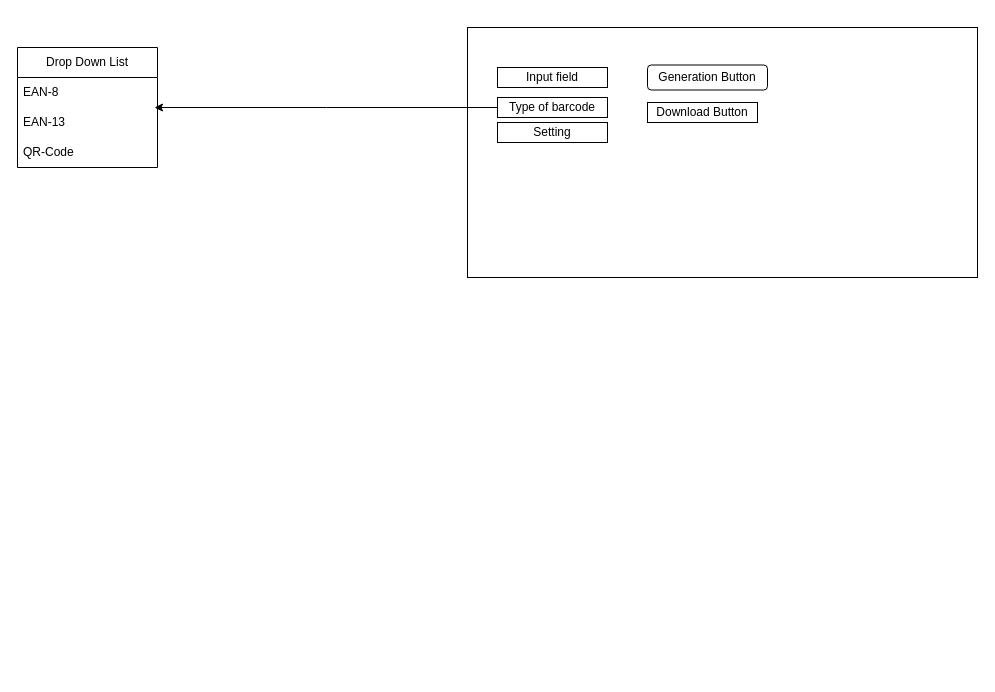
This is frontend/Frontend UI.drawio from JeffLiHK/online_barcode_generator_design, a draw.io file, before an edit. Source tidied: cells renumbered, new cells numbered last; positions are measured from the earlier drawing's top-left corner, leaving out a move shared by most shapes. Both pictures are drawn from the tidied source at 100%, with x=0, y=0 at pixel (17, 27).
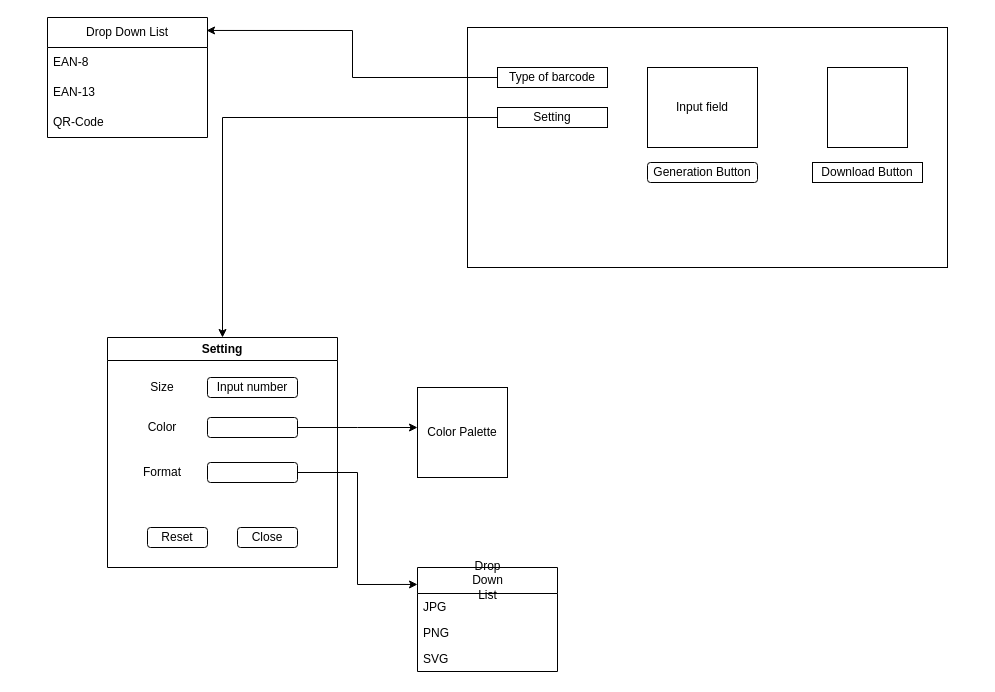
The same page after the edit.

Commit message:
更新Frontend UI--setting field.drawio

Diff of the diagram source:
```diff
@@
     <mxCell id="2" style="rounded=0;whiteSpace=wrap;html=1;" parent="1" vertex="1">
-      <mxGeometry x="450" width="510" height="250" as="geometry" />
+      <mxGeometry x="450" width="480" height="240" as="geometry" />
     </mxCell>
     <mxCell id="3" value="Input field" style="rounded=0;whiteSpace=wrap;html=1;" parent="1" vertex="1">
-      <mxGeometry x="480" y="40" width="110" height="20" as="geometry" />
+      <mxGeometry x="630" y="40" width="110" height="80" as="geometry" />
     </mxCell>
-    <mxCell id="4" style="edgeStyle=orthogonalEdgeStyle;rounded=0;jettySize=auto;html=1;" parent="1" edge="1" source="5">
-      <mxGeometry relative="1" as="geometry">
-        <mxPoint x="137" y="80" as="targetPoint" />
-      </mxGeometry>
-    </mxCell>
     <mxCell id="5" value="Type of barcode" style="rounded=0;whiteSpace=wrap;html=1;" parent="1" vertex="1">
-      <mxGeometry x="480" y="70" width="110" height="20" as="geometry" />
+      <mxGeometry x="480" y="40" width="110" height="20" as="geometry" />
     </mxCell>
     <mxCell id="6" value="Generation Button" style="rounded=1;whiteSpace=wrap;html=1;" parent="1" vertex="1">
-      <mxGeometry x="630" y="37.5" width="120" height="25" as="geometry" />
+      <mxGeometry x="630" y="135" width="110" height="20" as="geometry" />
     </mxCell>
+    <mxCell id="13" style="edgeStyle=orthogonalEdgeStyle;rounded=0;jettySize=auto;html=1;exitX=0;exitY=0.5;exitDx=0;exitDy=0;" parent="1" edge="1" source="7" target="16">
+      <mxGeometry relative="1" as="geometry" />
+    </mxCell>
     <mxCell id="7" value="Setting" style="rounded=0;whiteSpace=wrap;html=1;" parent="1" vertex="1">
-      <mxGeometry x="480" y="95" width="110" height="20" as="geometry" />
+      <mxGeometry x="480" y="80" width="110" height="20" as="geometry" />
     </mxCell>
     <mxCell id="8" value="Download Button" style="rounded=0;whiteSpace=wrap;html=1;" parent="1" vertex="1">
-      <mxGeometry x="630" y="75" width="110" height="20" as="geometry" />
+      <mxGeometry x="795" y="135" width="110" height="20" as="geometry" />
     </mxCell>
     <mxCell id="9" value="Drop Down List" style="swimlane;fontStyle=0;horizontal=1;startSize=30;whiteSpace=wrap;html=1;" parent="1" vertex="1">
-      <mxGeometry y="20" width="140" height="120" as="geometry" />
+      <mxGeometry x="30" y="-10" width="160" height="120" as="geometry" />
     </mxCell>
     <mxCell id="10" value="EAN-8" style="text;strokeColor=none;fillColor=none;align=left;verticalAlign=middle;spacingLeft=4;spacingRight=4;overflow=hidden;whiteSpace=wrap;html=1;" parent="9" vertex="1">
-      <mxGeometry y="30" width="140" height="30" as="geometry" />
+      <mxGeometry y="30" width="160" height="30" as="geometry" />
     </mxCell>
     <mxCell id="11" value="EAN-13" style="text;strokeColor=none;fillColor=none;align=left;verticalAlign=middle;spacingLeft=4;spacingRight=4;overflow=hidden;whiteSpace=wrap;html=1;" parent="9" vertex="1">
-      <mxGeometry y="60" width="140" height="30" as="geometry" />
+      <mxGeometry y="60" width="160" height="30" as="geometry" />
     </mxCell>
     <mxCell id="12" value="QR-Code" style="text;strokeColor=none;fillColor=none;align=left;verticalAlign=middle;spacingLeft=4;spacingRight=4;overflow=hidden;whiteSpace=wrap;html=1;" parent="9" vertex="1">
-      <mxGeometry y="90" width="140" height="30" as="geometry" />
+      <mxGeometry y="90" width="160" height="30" as="geometry" />
     </mxCell>
+    <mxCell id="14" style="whiteSpace=wrap;html=1;" parent="1" vertex="1">
+      <mxGeometry x="810" y="40" width="80" height="80" as="geometry" />
+    </mxCell>
+    <mxCell id="15" style="edgeStyle=orthogonalEdgeStyle;rounded=0;jettySize=auto;html=1;exitX=0;exitY=0.5;exitDx=0;exitDy=0;entryX=0.994;entryY=0.108;entryDx=0;entryDy=0;entryPerimeter=0;" parent="1" edge="1" source="5" target="9">
+      <mxGeometry relative="1" as="geometry" />
+    </mxCell>
+    <mxCell id="16" value="Setting" style="swimlane;whiteSpace=wrap;html=1;" parent="1" vertex="1">
+      <mxGeometry x="90" y="310" width="230" height="230" as="geometry" />
+    </mxCell>
+    <mxCell id="17" value="Close" style="rounded=1;whiteSpace=wrap;html=1;" parent="16" vertex="1">
+      <mxGeometry x="130" y="190" width="60" height="20" as="geometry" />
+    </mxCell>
+    <mxCell id="18" value="Input number" style="rounded=1;whiteSpace=wrap;html=1;" parent="16" vertex="1">
+      <mxGeometry x="100" y="40" width="90" height="20" as="geometry" />
+    </mxCell>
+    <mxCell id="19" style="edgeStyle=orthogonalEdgeStyle;rounded=0;jettySize=auto;html=1;exitX=1;exitY=0.5;exitDx=0;exitDy=0;" parent="16" edge="1" source="20">
+      <mxGeometry relative="1" as="geometry">
+        <mxPoint x="310" y="90" as="targetPoint" />
+      </mxGeometry>
+    </mxCell>
+    <mxCell id="20" style="rounded=1;whiteSpace=wrap;html=1;" parent="16" vertex="1">
+      <mxGeometry x="100" y="80" width="90" height="20" as="geometry" />
+    </mxCell>
+    <mxCell id="21" value="Size" style="text;html=1;align=center;verticalAlign=middle;whiteSpace=wrap;rounded=0;" parent="16" vertex="1">
+      <mxGeometry x="40" y="45" width="30" height="10" as="geometry" />
+    </mxCell>
+    <mxCell id="22" value="Color" style="text;html=1;align=center;verticalAlign=middle;whiteSpace=wrap;rounded=0;" parent="16" vertex="1">
+      <mxGeometry x="25" y="75" width="60" height="30" as="geometry" />
+    </mxCell>
+    <mxCell id="23" style="rounded=1;whiteSpace=wrap;html=1;" parent="16" vertex="1">
+      <mxGeometry x="100" y="125" width="90" height="20" as="geometry" />
+    </mxCell>
+    <mxCell id="24" value="Format" style="text;html=1;align=center;verticalAlign=middle;whiteSpace=wrap;rounded=0;" parent="16" vertex="1">
+      <mxGeometry x="25" y="120" width="60" height="30" as="geometry" />
+    </mxCell>
+    <mxCell id="25" value="Reset" style="rounded=1;whiteSpace=wrap;html=1;" parent="16" vertex="1">
+      <mxGeometry x="40" y="190" width="60" height="20" as="geometry" />
+    </mxCell>
+    <mxCell id="26" value="&lt;span style=&quot;text-wrap: wrap;&quot;&gt;Drop Down List&lt;/span&gt;" style="swimlane;fontStyle=0;horizontal=1;startSize=26;fillColor=none;html=1;" parent="1" vertex="1">
+      <mxGeometry x="400" y="540" width="140" height="104" as="geometry" />
+    </mxCell>
+    <mxCell id="27" value="JPG" style="text;strokeColor=none;fillColor=none;align=left;verticalAlign=top;spacingLeft=4;spacingRight=4;overflow=hidden;whiteSpace=wrap;html=1;" parent="26" vertex="1">
+      <mxGeometry y="26" width="140" height="26" as="geometry" />
+    </mxCell>
+    <mxCell id="28" value="PNG" style="text;strokeColor=none;fillColor=none;align=left;verticalAlign=top;spacingLeft=4;spacingRight=4;overflow=hidden;whiteSpace=wrap;html=1;" parent="26" vertex="1">
+      <mxGeometry y="52" width="140" height="26" as="geometry" />
+    </mxCell>
+    <mxCell id="29" value="SVG" style="text;strokeColor=none;fillColor=none;align=left;verticalAlign=top;spacingLeft=4;spacingRight=4;overflow=hidden;whiteSpace=wrap;html=1;" parent="26" vertex="1">
+      <mxGeometry y="78" width="140" height="26" as="geometry" />
+    </mxCell>
+    <mxCell id="30" style="edgeStyle=orthogonalEdgeStyle;rounded=0;jettySize=auto;html=1;exitX=1;exitY=0.5;exitDx=0;exitDy=0;entryX=0;entryY=0.163;entryDx=0;entryDy=0;entryPerimeter=0;" parent="1" edge="1" source="23" target="26">
+      <mxGeometry relative="1" as="geometry" />
+    </mxCell>
+    <mxCell id="31" value="Color Palette" style="whiteSpace=wrap;html=1;" parent="1" vertex="1">
+      <mxGeometry x="400" y="360" width="90" height="90" as="geometry" />
+    </mxCell>
```
